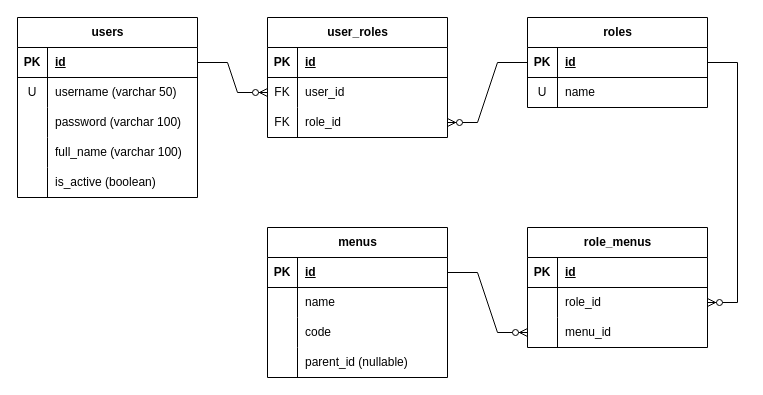
This is docs/RBAC-test-data-integrasi-inovasi.drawio from apriyono992/rbac-test-data-integrasi-inovasi, a draw.io file, before an edit. Source tidied: cells renumbered, new cells numbered last; positions are measured from the earlier drawing's top-left corner, leaving out a move shared by most shapes. Both pictures are drawn from the tidied source at 100%, with x=0, y=0 at pixel (17, 17).
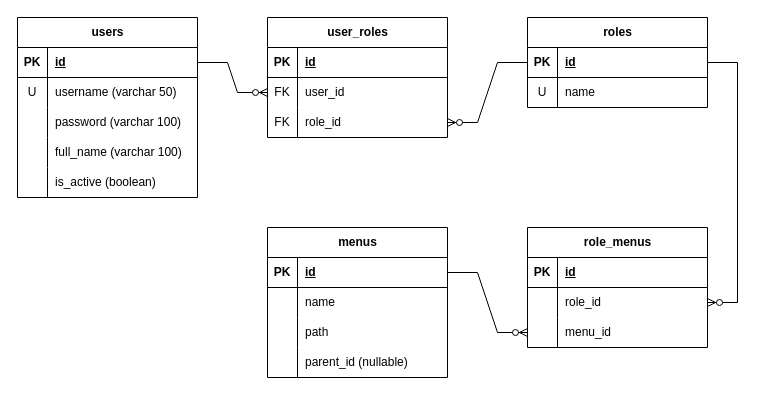
The same diagram, later.

Unchanged cells that the change refers to:
```xml
<mxCell id="44" style="shape=tableRow;horizontal=0;startSize=0;swimlaneHead=0;swimlaneBody=0;fillColor=none;top=0;left=0;right=0;bottom=0;" parent="37" vertex="1">
  <mxGeometry y="90" width="180" height="30" as="geometry" />
</mxCell>
```

The edit, as a diff of the source:
```diff
@@
-    <mxCell id="46" value="code" style="shape=partialRectangle;fillColor=none;top=0;left=0;bottom=0;right=0;align=left;spacingLeft=6;overflow=hidden;whiteSpace=wrap;html=1;" parent="44" vertex="1">
+    <mxCell id="46" value="path" style="shape=partialRectangle;fillColor=none;top=0;left=0;bottom=0;right=0;align=left;spacingLeft=6;overflow=hidden;whiteSpace=wrap;html=1;" parent="44" vertex="1">
       <mxGeometry x="30" width="150" height="30" as="geometry" />
     </mxCell>
```
